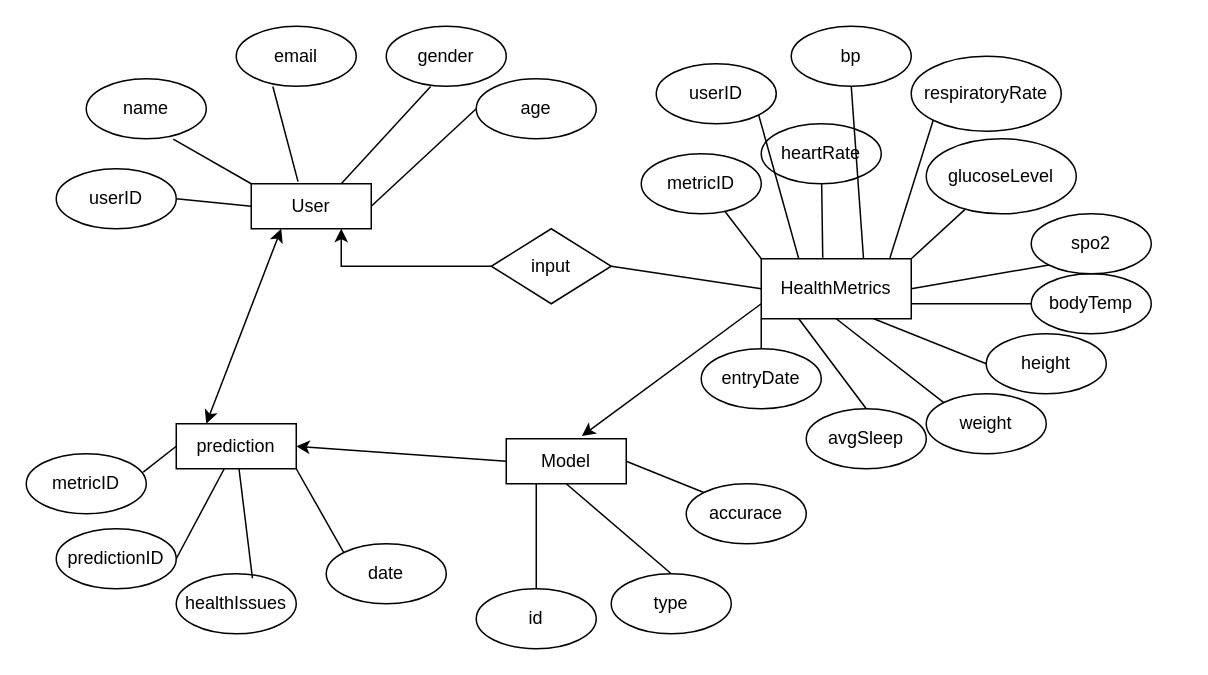
This is design/Diagrams/ER.drawio from iamaastharawat/Healthcare_Prediction_System, a draw.io file, before an edit. Source tidied: cells renumbered, new cells numbered last; positions are measured from the earlier drawing's top-left corner, leaving out a move shared by most shapes. Both pictures are drawn from the tidied source at 150%, with x=0, y=0 at pixel (26, 26).
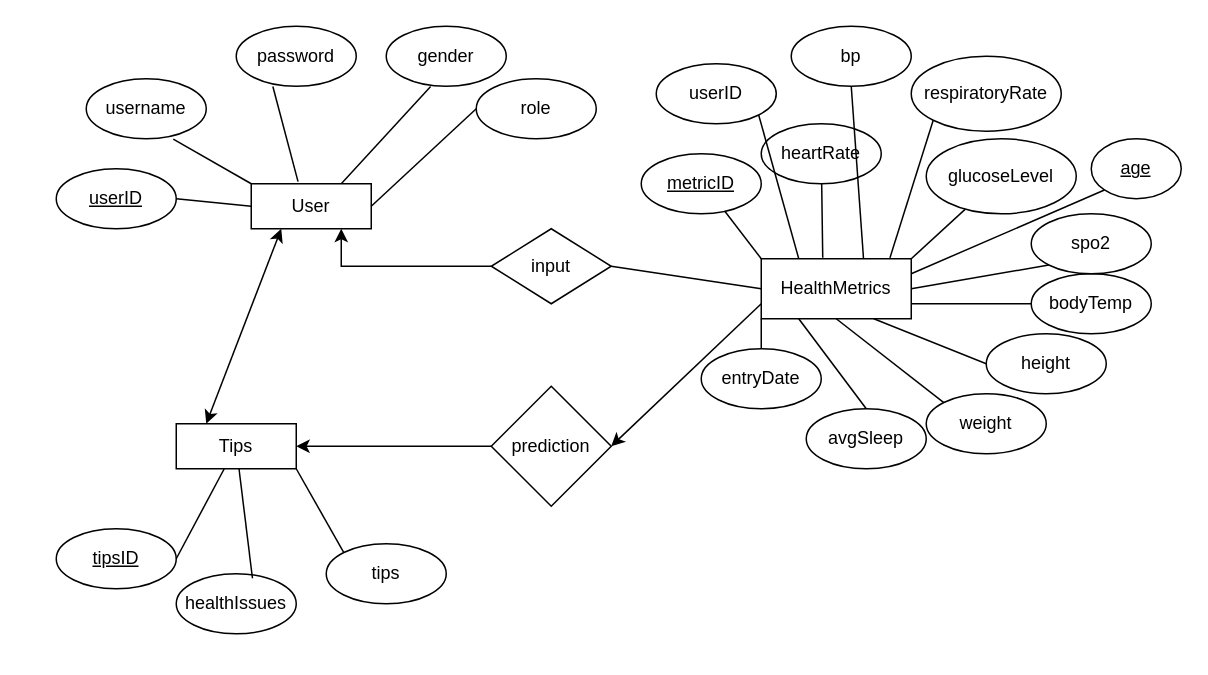
The same diagram, later.

The change refers to these unchanged cells:
```xml
<mxCell id="8" value="HealthMetrics" style="rounded=0;whiteSpace=wrap;html=1;" parent="1" vertex="1">
  <mxGeometry x="490" y="155" width="100" height="40" as="geometry" />
</mxCell>
```

What changed in the source:
```diff
@@
-    <mxCell id="3" value="userID" style="ellipse;whiteSpace=wrap;html=1;" parent="1" vertex="1">
+    <mxCell id="3" value="&lt;u&gt;userID&lt;/u&gt;" style="ellipse;whiteSpace=wrap;html=1;" parent="1" vertex="1">
       <mxGeometry x="20" y="95" width="80" height="40" as="geometry" />
     </mxCell>
-    <mxCell id="4" value="name" style="ellipse;whiteSpace=wrap;html=1;" parent="1" vertex="1">
+    <mxCell id="4" value="username" style="ellipse;whiteSpace=wrap;html=1;" parent="1" vertex="1">
       <mxGeometry x="40" y="35" width="80" height="40" as="geometry" />
     </mxCell>
-    <mxCell id="5" value="email" style="ellipse;whiteSpace=wrap;html=1;" parent="1" vertex="1">
+    <mxCell id="5" value="password" style="ellipse;whiteSpace=wrap;html=1;" parent="1" vertex="1">
       <mxGeometry x="140" width="80" height="40" as="geometry" />
     </mxCell>
@@
-    <mxCell id="7" value="age" style="ellipse;whiteSpace=wrap;html=1;" parent="1" vertex="1">
+    <mxCell id="7" value="role" style="ellipse;whiteSpace=wrap;html=1;" parent="1" vertex="1">
       <mxGeometry x="300" y="35" width="80" height="40" as="geometry" />
     </mxCell>
@@
-    <mxCell id="9" value="metricID" style="ellipse;whiteSpace=wrap;html=1;" parent="1" vertex="1">
+    <mxCell id="9" value="&lt;u&gt;metricID&lt;/u&gt;" style="ellipse;whiteSpace=wrap;html=1;" parent="1" vertex="1">
       <mxGeometry x="410" y="85" width="80" height="40" as="geometry" />
     </mxCell>
@@
-    <mxCell id="21" value="prediction" style="rounded=0;whiteSpace=wrap;html=1;" parent="1" vertex="1">
+    <mxCell id="21" value="Tips" style="rounded=0;whiteSpace=wrap;html=1;" parent="1" vertex="1">
       <mxGeometry x="100" y="265" width="80" height="30" as="geometry" />
     </mxCell>
-    <mxCell id="22" value="predictionID" style="ellipse;whiteSpace=wrap;html=1;" parent="1" vertex="1">
+    <mxCell id="22" value="&lt;u&gt;tipsID&lt;/u&gt;" style="ellipse;whiteSpace=wrap;html=1;" parent="1" vertex="1">
       <mxGeometry x="20" y="335" width="80" height="40" as="geometry" />
     </mxCell>
-    <mxCell id="23" value="metricID" style="ellipse;whiteSpace=wrap;html=1;" parent="1" vertex="1">
-      <mxGeometry y="285" width="80" height="40" as="geometry" />
-    </mxCell>
@@
-    <mxCell id="25" value="date" style="ellipse;whiteSpace=wrap;html=1;" parent="1" vertex="1">
+    <mxCell id="25" value="tips" style="ellipse;whiteSpace=wrap;html=1;" parent="1" vertex="1">
       <mxGeometry x="200" y="345" width="80" height="40" as="geometry" />
     </mxCell>
@@
-    <mxCell id="32" style="endArrow=none;html=1;rounded=0;exitX=0.975;exitY=0.305;exitDx=0;exitDy=0;exitPerimeter=0;entryX=0;entryY=0.5;entryDx=0;entryDy=0;" parent="1" edge="1" source="23" target="21">
-      <mxGeometry relative="1" as="geometry" />
-    </mxCell>
@@
-    <mxCell id="51" value="Model" style="rounded=0;whiteSpace=wrap;html=1;" parent="1" vertex="1">
-      <mxGeometry x="320" y="275" width="80" height="30" as="geometry" />
-    </mxCell>
-    <mxCell id="52" value="id" style="ellipse;whiteSpace=wrap;html=1;" parent="1" vertex="1">
-      <mxGeometry x="300" y="375" width="80" height="40" as="geometry" />
-    </mxCell>
-    <mxCell id="53" value="type" style="ellipse;whiteSpace=wrap;html=1;" parent="1" vertex="1">
-      <mxGeometry x="390" y="365" width="80" height="40" as="geometry" />
-    </mxCell>
-    <mxCell id="54" value="accurace" style="ellipse;whiteSpace=wrap;html=1;" parent="1" vertex="1">
-      <mxGeometry x="440" y="305" width="80" height="40" as="geometry" />
-    </mxCell>
-    <mxCell id="55" style="endArrow=none;html=1;rounded=0;exitX=0.5;exitY=0;exitDx=0;exitDy=0;entryX=0.25;entryY=1;entryDx=0;entryDy=0;" parent="1" edge="1" source="52" target="51">
-      <mxGeometry relative="1" as="geometry" />
-    </mxCell>
-    <mxCell id="56" style="endArrow=none;html=1;rounded=0;entryX=0.5;entryY=1;entryDx=0;entryDy=0;exitX=0.5;exitY=0;exitDx=0;exitDy=0;" parent="1" edge="1" source="53" target="51">
-      <mxGeometry relative="1" as="geometry" />
-    </mxCell>
-    <mxCell id="57" style="endArrow=none;html=1;rounded=0;entryX=1;entryY=0.5;entryDx=0;entryDy=0;exitX=0;exitY=0;exitDx=0;exitDy=0;" parent="1" edge="1" source="54" target="51">
-      <mxGeometry relative="1" as="geometry" />
-    </mxCell>
-    <mxCell id="58" style="endArrow=classic;html=1;rounded=0;exitX=0;exitY=0.75;exitDx=0;exitDy=0;entryX=0.63;entryY=-0.06;entryDx=0;entryDy=0;entryPerimeter=0;" parent="1" edge="1" source="8" target="51">
+    <mxCell id="58" style="endArrow=classic;html=1;rounded=0;exitX=0;exitY=0.75;exitDx=0;exitDy=0;entryX=1;entryY=0.5;entryDx=0;entryDy=0;" parent="1" edge="1" source="8" target="60">
       <mxGeometry relative="1" as="geometry" />
     </mxCell>
-    <mxCell id="59" style="endArrow=classic;html=1;rounded=0;exitX=0;exitY=0.5;exitDx=0;exitDy=0;entryX=1;entryY=0.5;entryDx=0;entryDy=0;" parent="1" edge="1" source="51" target="21">
+    <mxCell id="59" style="endArrow=classic;html=1;rounded=0;exitX=0;exitY=0.5;exitDx=0;exitDy=0;entryX=1;entryY=0.5;entryDx=0;entryDy=0;" parent="1" edge="1" source="60" target="21">
       <mxGeometry relative="1" as="geometry" />
     </mxCell>
+    <mxCell id="60" value="prediction" style="rhombus;whiteSpace=wrap;html=1;" parent="1" vertex="1">
+      <mxGeometry x="310" y="240" width="80" height="80" as="geometry" />
+    </mxCell>
+    <mxCell id="61" value="&lt;u&gt;age&lt;/u&gt;" style="ellipse;whiteSpace=wrap;html=1;" parent="1" vertex="1">
+      <mxGeometry x="710" y="75" width="60" height="40" as="geometry" />
+    </mxCell>
+    <mxCell id="62" style="endArrow=none;html=1;rounded=0;entryX=0;entryY=1;entryDx=0;entryDy=0;exitX=1;exitY=0.25;exitDx=0;exitDy=0;" parent="1" edge="1" source="8" target="61">
+      <mxGeometry relative="1" as="geometry" />
+    </mxCell>
```
